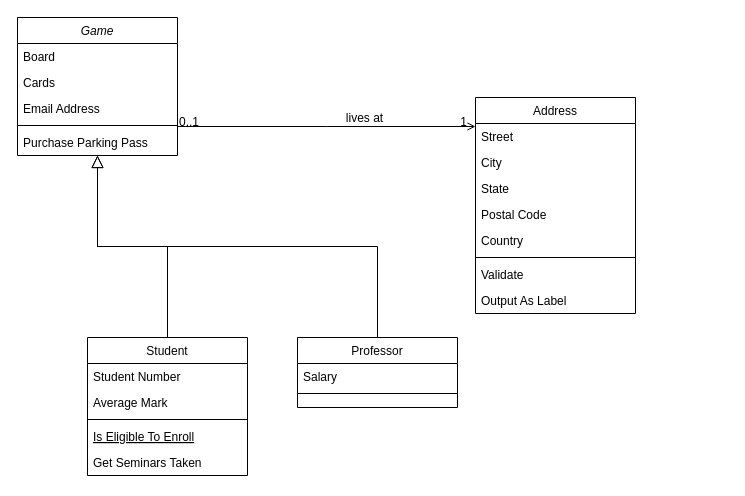
This is Cantan_Class_Diagramm.drawio from Eclipse-de/Java_project, a draw.io file, before an edit. Source tidied: cells renumbered, new cells numbered last; positions are measured from the earlier drawing's top-left corner, leaving out a move shared by most shapes. Both pictures are drawn from the tidied source at 100%, with x=0, y=0 at pixel (17, 17).
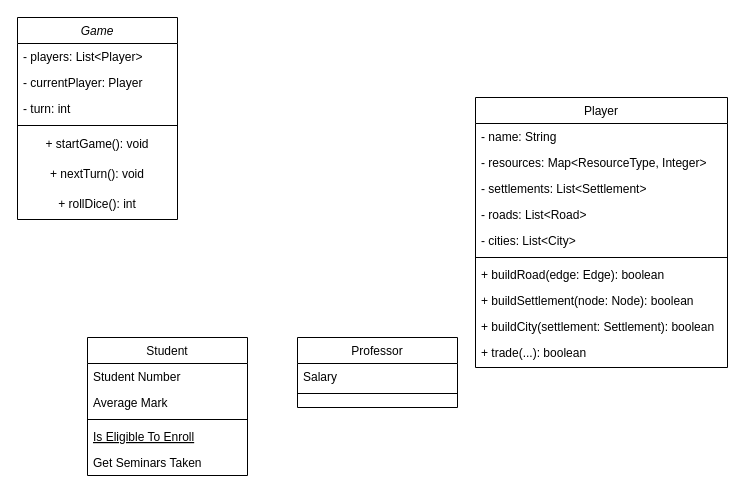
After the change.

The change refers to these unchanged cells:
```xml
<mxCell id="8" value="Student" style="swimlane;fontStyle=0;align=center;verticalAlign=top;horizontal=1;startSize=26;rounded=0;shadow=0;strokeWidth=1;" parent="1" vertex="1">
  <mxGeometry x="70" y="320" width="160" height="138" as="geometry" />
</mxCell>
<mxCell id="15" value="Professor" style="swimlane;fontStyle=0;align=center;verticalAlign=top;horizontal=1;startSize=26;rounded=0;shadow=0;strokeWidth=1;" parent="1" vertex="1">
  <mxGeometry x="280" y="320" width="160" height="70" as="geometry" />
</mxCell>
```

The edit, as a diff of the source:
```diff
@@
     <mxCell id="2" value="Game" style="swimlane;fontStyle=2;align=center;verticalAlign=top;horizontal=1;startSize=26;rounded=0;shadow=0;strokeWidth=1;" parent="1" vertex="1">
-      <mxGeometry width="160" height="138" as="geometry" />
+      <mxGeometry width="160" height="202" as="geometry" />
     </mxCell>
-    <mxCell id="3" value="Board" style="text;align=left;verticalAlign=top;spacingLeft=4;spacingRight=4;overflow=hidden;" parent="2" vertex="1">
+    <mxCell id="3" value="- players: List&lt;Player&gt;" style="text;align=left;verticalAlign=top;spacingLeft=4;spacingRight=4;overflow=hidden;" parent="2" vertex="1">
       <mxGeometry y="26" width="160" height="26" as="geometry" />
     </mxCell>
-    <mxCell id="4" value="Cards" style="text;align=left;verticalAlign=top;spacingLeft=4;spacingRight=4;overflow=hidden;rounded=0;shadow=0;html=0;" parent="2" vertex="1">
+    <mxCell id="4" value="- currentPlayer: Player" style="text;align=left;verticalAlign=top;spacingLeft=4;spacingRight=4;overflow=hidden;rounded=0;shadow=0;html=0;" parent="2" vertex="1">
       <mxGeometry y="52" width="160" height="26" as="geometry" />
     </mxCell>
-    <mxCell id="5" value="Email Address" style="text;align=left;verticalAlign=top;spacingLeft=4;spacingRight=4;overflow=hidden;rounded=0;shadow=0;html=0;" parent="2" vertex="1">
+    <mxCell id="5" value="- turn: int" style="text;align=left;verticalAlign=top;spacingLeft=4;spacingRight=4;overflow=hidden;rounded=0;shadow=0;html=0;" parent="2" vertex="1">
       <mxGeometry y="78" width="160" height="26" as="geometry" />
     </mxCell>
@@
-    <mxCell id="7" value="Purchase Parking Pass" style="text;align=left;verticalAlign=top;spacingLeft=4;spacingRight=4;overflow=hidden;" parent="2" vertex="1">
-      <mxGeometry y="112" width="160" height="26" as="geometry" />
-    </mxCell>
+    <mxCell id="32" value="+ startGame(): void" style="text;html=1;align=center;verticalAlign=middle;whiteSpace=wrap;rounded=0;" parent="2" vertex="1">
+      <mxGeometry y="112" width="160" height="30" as="geometry" />
+    </mxCell>
+    <mxCell id="33" value="+ nextTurn(): void " style="text;html=1;align=center;verticalAlign=middle;whiteSpace=wrap;rounded=0;" parent="2" vertex="1">
+      <mxGeometry y="142" width="160" height="30" as="geometry" />
+    </mxCell>
+    <mxCell id="34" value="+ rollDice(): int" style="text;html=1;align=center;verticalAlign=middle;whiteSpace=wrap;rounded=0;" parent="2" vertex="1">
+      <mxGeometry y="172" width="160" height="30" as="geometry" />
+    </mxCell>
@@
-    <mxCell id="14" style="endArrow=block;endSize=10;endFill=0;shadow=0;strokeWidth=1;rounded=0;curved=0;edgeStyle=elbowEdgeStyle;elbow=vertical;" parent="1" edge="1" source="8" target="2">
-      <mxGeometry relative="1" as="geometry" />
-    </mxCell>
@@
-    <mxCell id="18" style="endArrow=block;endSize=10;endFill=0;shadow=0;strokeWidth=1;rounded=0;curved=0;edgeStyle=elbowEdgeStyle;elbow=vertical;" parent="1" edge="1" source="15" target="2">
-      <mxGeometry relative="1" as="geometry" />
-    </mxCell>
-    <mxCell id="19" value="Address" style="swimlane;fontStyle=0;align=center;verticalAlign=top;horizontal=1;startSize=26;rounded=0;shadow=0;strokeWidth=1;" parent="1" vertex="1">
-      <mxGeometry x="458" y="80" width="160" height="216" as="geometry" />
+    <mxCell id="19" value="Player" style="swimlane;fontStyle=0;align=center;verticalAlign=top;horizontal=1;startSize=26;rounded=0;shadow=0;strokeWidth=1;" parent="1" vertex="1">
+      <mxGeometry x="458" y="80" width="252" height="270" as="geometry" />
     </mxCell>
-    <mxCell id="20" value="Street" style="text;align=left;verticalAlign=top;spacingLeft=4;spacingRight=4;overflow=hidden;" parent="19" vertex="1">
-      <mxGeometry y="26" width="160" height="26" as="geometry" />
+    <mxCell id="20" value="- name: String" style="text;align=left;verticalAlign=top;spacingLeft=4;spacingRight=4;overflow=hidden;" parent="19" vertex="1">
+      <mxGeometry y="26" width="252" height="26" as="geometry" />
     </mxCell>
-    <mxCell id="21" value="City" style="text;align=left;verticalAlign=top;spacingLeft=4;spacingRight=4;overflow=hidden;rounded=0;shadow=0;html=0;" parent="19" vertex="1">
-      <mxGeometry y="52" width="160" height="26" as="geometry" />
+    <mxCell id="21" value="- resources: Map&lt;ResourceType, Integer&gt;" style="text;align=left;verticalAlign=top;spacingLeft=4;spacingRight=4;overflow=hidden;rounded=0;shadow=0;html=0;" parent="19" vertex="1">
+      <mxGeometry y="52" width="252" height="26" as="geometry" />
     </mxCell>
-    <mxCell id="22" value="State" style="text;align=left;verticalAlign=top;spacingLeft=4;spacingRight=4;overflow=hidden;rounded=0;shadow=0;html=0;" parent="19" vertex="1">
-      <mxGeometry y="78" width="160" height="26" as="geometry" />
+    <mxCell id="22" value="- settlements: List&lt;Settlement&gt;" style="text;align=left;verticalAlign=top;spacingLeft=4;spacingRight=4;overflow=hidden;rounded=0;shadow=0;html=0;" parent="19" vertex="1">
+      <mxGeometry y="78" width="252" height="26" as="geometry" />
     </mxCell>
-    <mxCell id="23" value="Postal Code" style="text;align=left;verticalAlign=top;spacingLeft=4;spacingRight=4;overflow=hidden;rounded=0;shadow=0;html=0;" parent="19" vertex="1">
-      <mxGeometry y="104" width="160" height="26" as="geometry" />
+    <mxCell id="23" value="- roads: List&lt;Road&gt;" style="text;align=left;verticalAlign=top;spacingLeft=4;spacingRight=4;overflow=hidden;rounded=0;shadow=0;html=0;" parent="19" vertex="1">
+      <mxGeometry y="104" width="252" height="26" as="geometry" />
     </mxCell>
-    <mxCell id="24" value="Country" style="text;align=left;verticalAlign=top;spacingLeft=4;spacingRight=4;overflow=hidden;rounded=0;shadow=0;html=0;" parent="19" vertex="1">
-      <mxGeometry y="130" width="160" height="26" as="geometry" />
+    <mxCell id="24" value="- cities: List&lt;City&gt;" style="text;align=left;verticalAlign=top;spacingLeft=4;spacingRight=4;overflow=hidden;rounded=0;shadow=0;html=0;" parent="19" vertex="1">
+      <mxGeometry y="130" width="252" height="26" as="geometry" />
     </mxCell>
     <mxCell id="25" style="line;html=1;strokeWidth=1;align=left;verticalAlign=middle;spacingTop=-1;spacingLeft=3;spacingRight=3;labelPosition=right;" parent="19" vertex="1">
-      <mxGeometry y="156" width="160" height="8" as="geometry" />
+      <mxGeometry y="156" width="252" height="8" as="geometry" />
     </mxCell>
-    <mxCell id="26" value="Validate" style="text;align=left;verticalAlign=top;spacingLeft=4;spacingRight=4;overflow=hidden;" parent="19" vertex="1">
-      <mxGeometry y="164" width="160" height="26" as="geometry" />
+    <mxCell id="26" value="+ buildRoad(edge: Edge): boolean" style="text;align=left;verticalAlign=top;spacingLeft=4;spacingRight=4;overflow=hidden;" parent="19" vertex="1">
+      <mxGeometry y="164" width="252" height="26" as="geometry" />
     </mxCell>
-    <mxCell id="27" value="Output As Label" style="text;align=left;verticalAlign=top;spacingLeft=4;spacingRight=4;overflow=hidden;" parent="19" vertex="1">
-      <mxGeometry y="190" width="160" height="26" as="geometry" />
+    <mxCell id="27" value="+ buildSettlement(node: Node): boolean" style="text;align=left;verticalAlign=top;spacingLeft=4;spacingRight=4;overflow=hidden;" parent="19" vertex="1">
+      <mxGeometry y="190" width="252" height="26" as="geometry" />
     </mxCell>
-    <mxCell id="28" style="endArrow=open;shadow=0;strokeWidth=1;rounded=0;curved=0;endFill=1;edgeStyle=elbowEdgeStyle;elbow=vertical;" parent="1" edge="1" source="2" target="19">
-      <mxGeometry x="0.5" y="41" relative="1" as="geometry">
-        <mxPoint x="-40" y="32" as="offset" />
-      </mxGeometry>
-    </mxCell>
-    <mxCell id="29" value="0..1" style="align=left;verticalAlign=bottom;labelBackgroundColor=none;fontSize=12;" parent="28" vertex="1">
-      <mxGeometry x="-1" relative="1" as="geometry">
-        <mxPoint y="4" as="offset" />
-      </mxGeometry>
-    </mxCell>
-    <mxCell id="30" value="1" style="align=right;verticalAlign=bottom;labelBackgroundColor=none;fontSize=12;" parent="28" vertex="1">
-      <mxGeometry x="1" relative="1" as="geometry">
-        <mxPoint x="-7" y="4" as="offset" />
-      </mxGeometry>
-    </mxCell>
-    <mxCell id="31" value="lives at" style="text;html=1;align=center;verticalAlign=middle;labelBackgroundColor=none;rounded=0;shadow=0;strokeWidth=1;fontSize=12;" parent="28" vertex="1">
-      <mxGeometry x="0.5" y="49" relative="1" as="geometry">
-        <mxPoint x="-38" y="40" as="offset" />
-      </mxGeometry>
-    </mxCell>
+    <mxCell id="35" value="+ buildCity(settlement: Settlement): boolean" style="text;align=left;verticalAlign=top;spacingLeft=4;spacingRight=4;overflow=hidden;" parent="19" vertex="1">
+      <mxGeometry y="216" width="252" height="26" as="geometry" />
+    </mxCell>
+    <mxCell id="36" value="+ trade(...): boolean" style="text;align=left;verticalAlign=top;spacingLeft=4;spacingRight=4;overflow=hidden;" parent="19" vertex="1">
+      <mxGeometry y="242" width="252" height="26" as="geometry" />
+    </mxCell>
```
